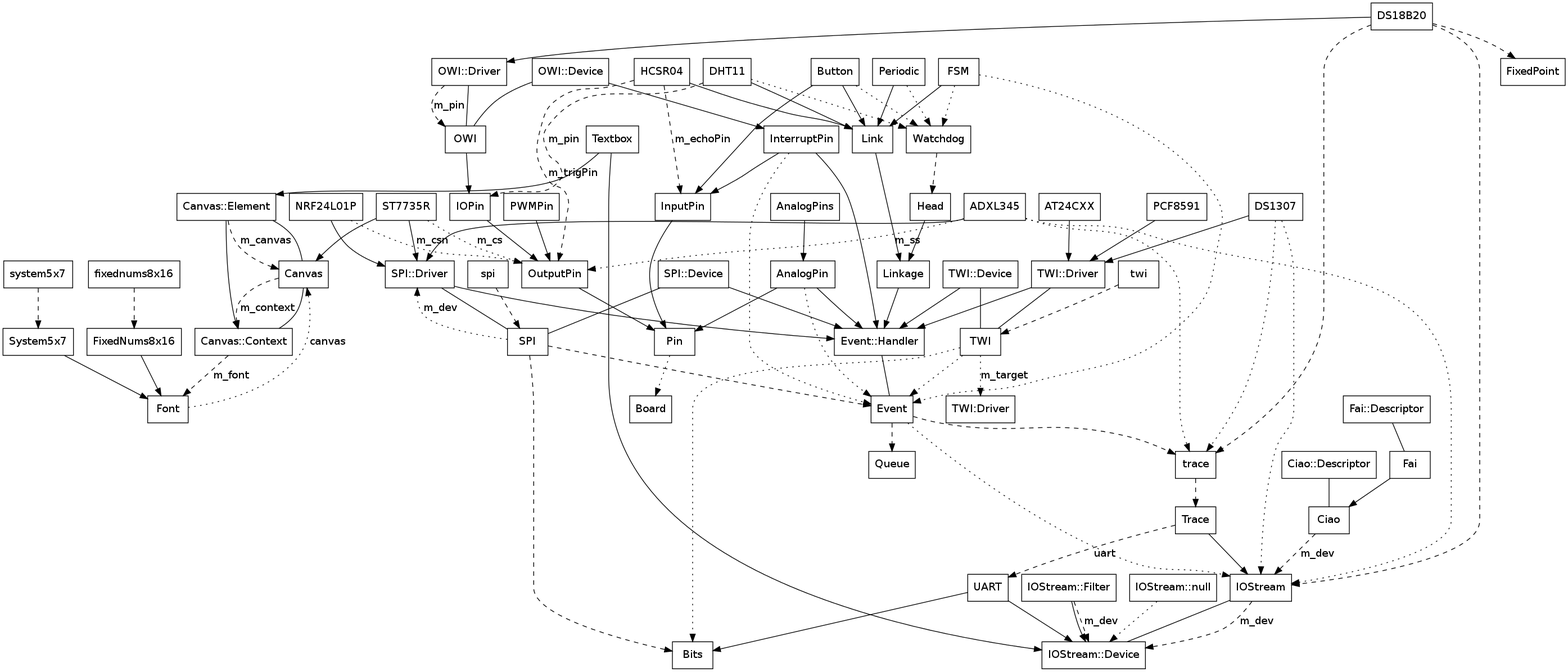
Earlier version of the Graphviz export CLASS.png (mikaelpatel/Cosa). Its source is kept beside it as CLASS.dot.
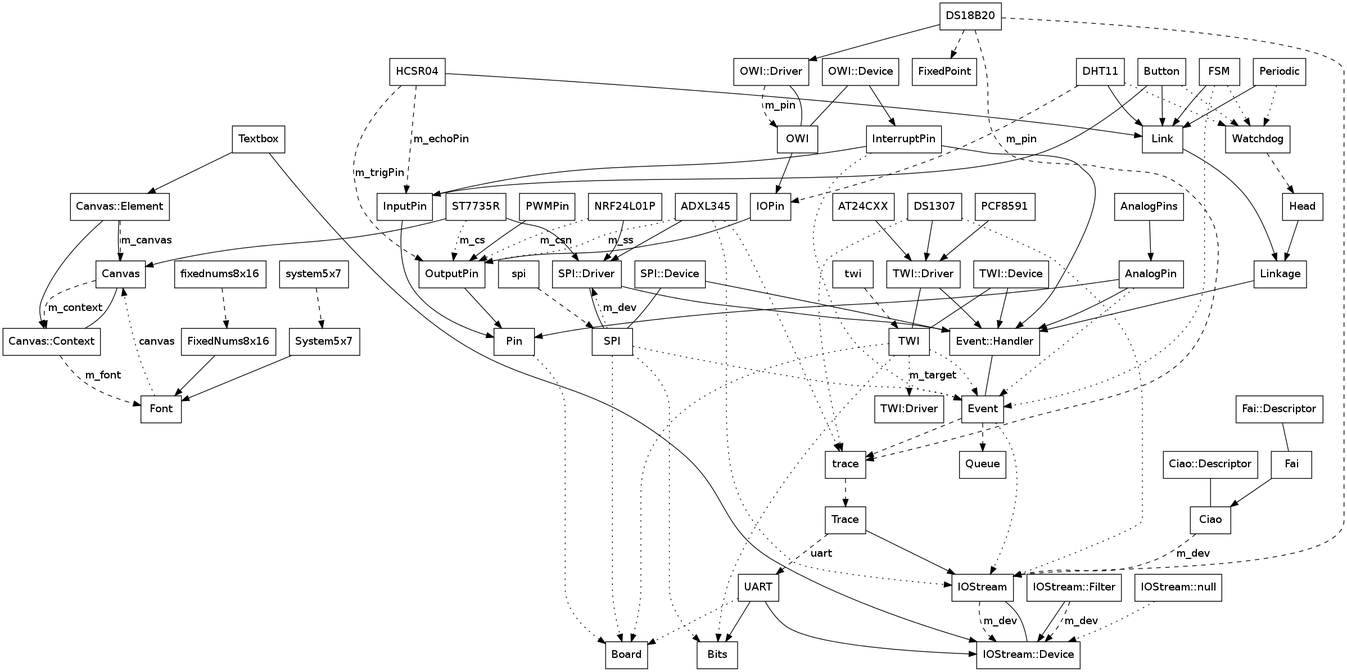
After the commit.

Commit message:
Updating class overview.

The edit, as a diff of the source:
```diff
@@ -66,6 +66,7 @@
 "IOStream::Filter" -> "IOStream::Device" [style=dashed,label=m_dev];
 "IOStream::null" -> "IOStream::Device" [style=dotted];
 
+"UART" -> "Board" [style=dotted];
 "UART" -> "IOStream::Device";
 "UART" -> "Bits";
 
@@ -89,8 +90,9 @@
 "DS18B20" -> "FixedPoint" [style=dashed];
 
 "spi" -> "SPI" [style=dashed];
-"SPI" -> "Bits" [style=dashed];
-"SPI" -> "Event" [style=dashed];
+"SPI" -> "Board" [style=dotted];
+"SPI" -> "Bits" [style=dotted];
+"SPI" -> "Event" [style=dotted];
 "SPI" -> "SPI::Driver" [style=dotted,label=m_dev];
 "SPI::Driver" -> "SPI" [arrowhead=none];
 "SPI::Driver" -> "Event::Handler";
@@ -110,6 +112,7 @@
 "ST7735R" -> "OutputPin" [style=dotted,label=m_cs,m_dc];
 
 "twi" -> "TWI" [style=dashed];
+"TWI" -> "Board" [style=dotted];
 "TWI" -> "Bits" [style=dotted];
 "TWI" -> "Event" [style=dotted];
 "TWI" -> "TWI:Driver" [style=dotted,label=m_target];
```
